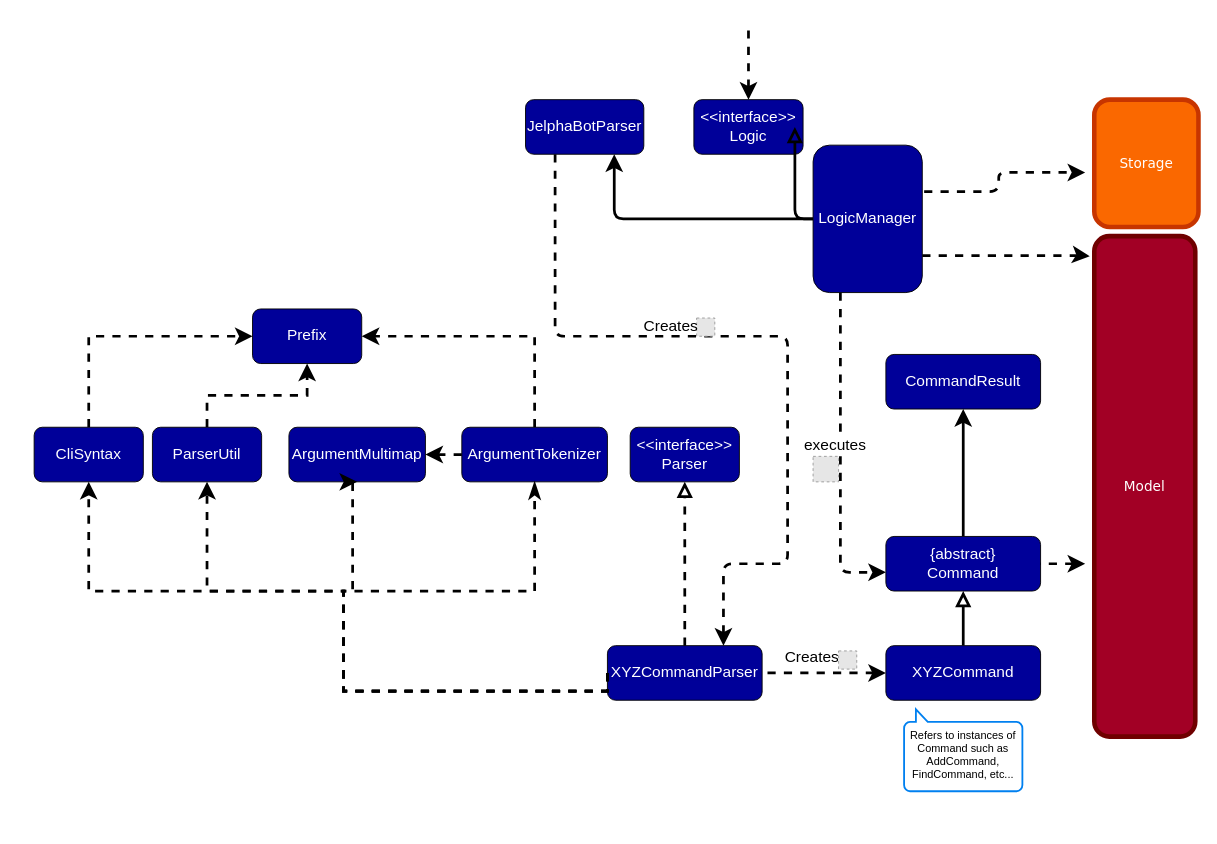
The draw.io diagram docs/diagrams/LogicClassDiagram.drawio in yapdianhao/main, before the edit. Source tidied: cells renumbered, new cells numbered last; positions are measured from the earlier drawing's top-left corner, leaving out a move shared by most shapes. Both pictures are drawn from the tidied source at 91%, with x=0, y=0 at pixel (34, 26). Pictures stored in the file or linked from it are replaced by grey dashed boxes.
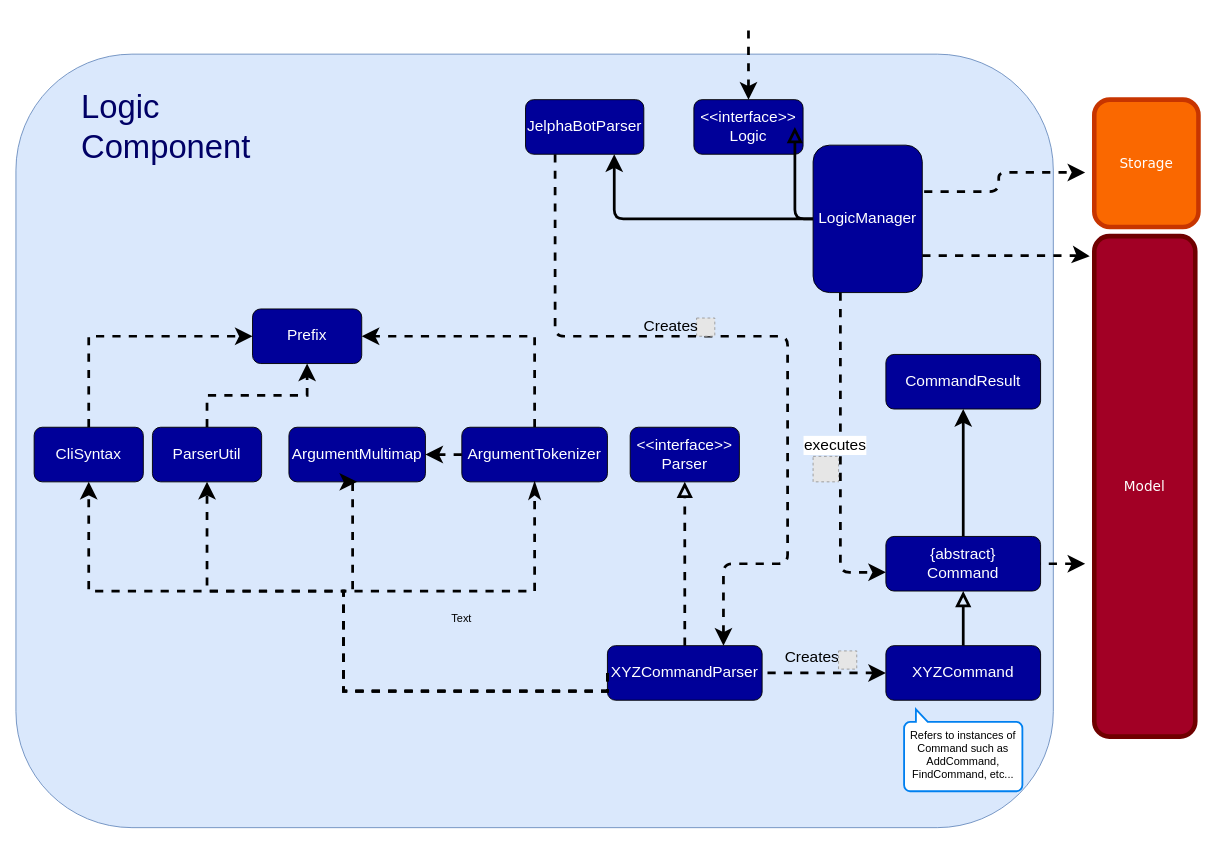
Above is the later version.

The change refers to these unchanged cells:
```xml
<mxCell id="3" value="&lt;div style=&quot;font-size: 17px&quot;&gt;&lt;font style=&quot;font-size: 17px&quot; face=&quot;Helvetica&quot;&gt;&lt;span style=&quot;background-color: rgb(0 , 0 , 153)&quot;&gt;&lt;font style=&quot;font-size: 17px&quot; color=&quot;#FFFFFF&quot;&gt;&amp;lt;&amp;lt;interface&amp;gt;&amp;gt;&lt;/font&gt;&lt;/span&gt;&lt;/font&gt;&lt;/div&gt;&lt;div style=&quot;font-size: 17px&quot;&gt;&lt;font style=&quot;font-size: 17px&quot; face=&quot;Helvetica&quot;&gt;&lt;span style=&quot;background-color: rgb(0 , 0 , 153)&quot;&gt;&lt;font style=&quot;font-size: 17px&quot; color=&quot;#FFFFFF&quot;&gt;Logic&lt;/font&gt;&lt;/span&gt;&lt;/font&gt;&lt;/div&gt;" style="rounded=1;whiteSpace=wrap;html=1;fillColor=#000099;" parent="1" vertex="1">
  <mxGeometry x="725" y="80" width="120" height="60" as="geometry" />
</mxCell>
<mxCell id="5" value="&lt;div style=&quot;font-size: 17px&quot;&gt;&lt;font style=&quot;font-size: 17px&quot; face=&quot;Helvetica&quot;&gt;&lt;span style=&quot;background-color: rgb(0 , 0 , 153)&quot;&gt;&lt;font style=&quot;font-size: 17px&quot; color=&quot;#FFFFFF&quot;&gt;ArgumentMultimap&lt;/font&gt;&lt;/span&gt;&lt;/font&gt;&lt;/div&gt;" style="rounded=1;whiteSpace=wrap;html=1;fillColor=#000099;" parent="1" vertex="1">
  <mxGeometry x="280" y="440" width="150" height="60" as="geometry" />
</mxCell>
<mxCell id="7" value="&lt;div style=&quot;font-size: 17px&quot;&gt;&lt;font style=&quot;font-size: 17px&quot; face=&quot;Helvetica&quot;&gt;&lt;span style=&quot;background-color: rgb(0 , 0 , 153)&quot;&gt;&lt;font style=&quot;font-size: 17px&quot; color=&quot;#FFFFFF&quot;&gt;XYZCommandParser&lt;/font&gt;&lt;/span&gt;&lt;/font&gt;&lt;/div&gt;" style="rounded=1;whiteSpace=wrap;html=1;fillColor=#000099;shadow=0;" parent="1" vertex="1">
  <mxGeometry x="630" y="680" width="170" height="60" as="geometry" />
</mxCell>
<mxCell id="21" value="&lt;div style=&quot;font-size: 17px&quot;&gt;&lt;font style=&quot;font-size: 17px&quot; face=&quot;Helvetica&quot;&gt;&lt;span style=&quot;background-color: rgb(0 , 0 , 153)&quot;&gt;&lt;font style=&quot;font-size: 17px&quot; color=&quot;#FFFFFF&quot;&gt;LogicManager&lt;/font&gt;&lt;/span&gt;&lt;/font&gt;&lt;/div&gt;" style="rounded=1;whiteSpace=wrap;html=1;fillColor=#000099;" parent="1" vertex="1">
  <mxGeometry x="856" y="130" width="120" height="162" as="geometry" />
</mxCell>
<mxCell id="24" value="&lt;div style=&quot;font-size: 17px&quot;&gt;&lt;font style=&quot;font-size: 17px&quot; face=&quot;Helvetica&quot;&gt;&lt;span style=&quot;background-color: rgb(0 , 0 , 153)&quot;&gt;&lt;font color=&quot;#FFFFFF&quot;&gt;ArgumentTokenizer&lt;/font&gt;&lt;br&gt;&lt;/span&gt;&lt;/font&gt;&lt;/div&gt;" style="rounded=1;whiteSpace=wrap;html=1;fillColor=#000099;" parent="1" vertex="1">
  <mxGeometry x="470" y="440" width="160" height="60" as="geometry" />
</mxCell>
<mxCell id="26" value="&lt;div style=&quot;font-size: 17px&quot;&gt;&lt;font style=&quot;font-size: 17px&quot; face=&quot;Helvetica&quot; color=&quot;#FFFFFF&quot;&gt;&lt;span style=&quot;background-color: rgb(0 , 0 , 153)&quot;&gt;ParserUtil&lt;br&gt;&lt;/span&gt;&lt;/font&gt;&lt;/div&gt;" style="rounded=1;whiteSpace=wrap;html=1;fillColor=#000099;" parent="1" vertex="1">
  <mxGeometry x="130" y="440" width="120" height="60" as="geometry" />
</mxCell>
<mxCell id="29" value="&lt;div style=&quot;font-size: 17px&quot;&gt;&lt;font style=&quot;font-size: 17px&quot; face=&quot;Helvetica&quot;&gt;&lt;span style=&quot;background-color: rgb(0 , 0 , 153)&quot;&gt;&lt;font color=&quot;#FFFFFF&quot;&gt;CliSyntax&lt;/font&gt;&lt;br&gt;&lt;/span&gt;&lt;/font&gt;&lt;/div&gt;" style="rounded=1;whiteSpace=wrap;html=1;fillColor=#000099;" parent="1" vertex="1">
  <mxGeometry y="440" width="120" height="60" as="geometry" />
</mxCell>
```

What changed in the source:
```diff
@@
-    <mxCell id="2" style="edgeStyle=orthogonalEdgeStyle;rounded=1;jumpStyle=none;jumpSize=10;jettySize=auto;html=1;dashed=1;startSize=10;endArrow=none;endFill=0;endSize=10;strokeWidth=3;startArrow=classic;startFill=1;" parent="1" edge="1" source="3">
-      <mxGeometry relative="1" as="geometry">
-        <mxPoint x="785" as="targetPoint" />
-      </mxGeometry>
-    </mxCell>
+    <mxCell id="45" style="rounded=1;whiteSpace=wrap;html=1;fillColor=#dae8fc;strokeColor=#6c8ebf;" parent="1" vertex="1">
+      <mxGeometry x="-20" y="30" width="1140" height="850" as="geometry" />
+    </mxCell>
+    <mxCell id="46" style="edgeStyle=orthogonalEdgeStyle;rounded=1;jumpStyle=none;jumpSize=10;jettySize=auto;html=1;dashed=1;startSize=10;endArrow=none;endFill=0;endSize=10;strokeWidth=3;startArrow=classic;startFill=1;" parent="1" edge="1" source="3">
+      <mxGeometry relative="1" as="geometry">
+        <mxPoint x="785" as="targetPoint" />
+      </mxGeometry>
+    </mxCell>
@@
-    <mxCell id="12" style="edgeStyle=orthogonalEdgeStyle;rounded=1;jumpStyle=none;jumpSize=10;orthogonalLoop=1;jettySize=auto;html=1;dashed=1;startSize=10;endArrow=classic;endFill=1;endSize=10;strokeWidth=3;" parent="1" edge="1">
-      <mxGeometry relative="1" as="geometry">
-        <mxPoint x="971" y="590" as="sourcePoint" />
-        <mxPoint x="1155" y="590" as="targetPoint" />
-        <Array as="points">
-          <mxPoint x="1095" y="590" />
-          <mxPoint x="1095" y="590" />
-        </Array>
-      </mxGeometry>
-    </mxCell>
+    <mxCell id="47" style="edgeStyle=orthogonalEdgeStyle;rounded=1;jumpStyle=none;jumpSize=10;orthogonalLoop=1;jettySize=auto;html=1;dashed=1;startSize=10;endArrow=classic;endFill=1;endSize=10;strokeWidth=3;" parent="1" edge="1">
+      <mxGeometry relative="1" as="geometry">
+        <mxPoint x="971" y="590" as="sourcePoint" />
+        <mxPoint x="1155" y="590" as="targetPoint" />
+        <Array as="points">
+          <mxPoint x="1095" y="590" />
+          <mxPoint x="1095" y="590" />
+        </Array>
+      </mxGeometry>
+    </mxCell>
@@
-    <mxCell id="18" style="edgeStyle=orthogonalEdgeStyle;rounded=1;jumpStyle=none;jumpSize=10;jettySize=auto;html=1;dashed=1;startSize=10;endArrow=classic;endFill=1;endSize=10;strokeWidth=3;exitX=1;exitY=0.75;exitDx=0;exitDy=0;" parent="1" edge="1" source="21">
-      <mxGeometry relative="1" as="geometry">
-        <mxPoint x="1160" y="252" as="targetPoint" />
-        <Array as="points">
-          <mxPoint x="1155" y="252" />
-        </Array>
-      </mxGeometry>
-    </mxCell>
-    <mxCell id="19" style="edgeStyle=orthogonalEdgeStyle;rounded=1;jumpStyle=none;jumpSize=10;jettySize=auto;html=1;exitX=1.017;exitY=0.315;exitDx=0;exitDy=0;dashed=1;startSize=10;endArrow=classic;endFill=1;endSize=10;strokeWidth=3;exitPerimeter=0;" parent="1" edge="1" source="21">
-      <mxGeometry relative="1" as="geometry">
-        <mxPoint x="1155" y="160" as="targetPoint" />
-        <Array as="points">
-          <mxPoint x="1060" y="181" />
-          <mxPoint x="1060" y="160" />
-        </Array>
-      </mxGeometry>
-    </mxCell>
+    <mxCell id="48" style="edgeStyle=orthogonalEdgeStyle;rounded=1;jumpStyle=none;jumpSize=10;jettySize=auto;html=1;dashed=1;startSize=10;endArrow=classic;endFill=1;endSize=10;strokeWidth=3;exitX=1;exitY=0.75;exitDx=0;exitDy=0;" parent="1" edge="1" source="21">
+      <mxGeometry relative="1" as="geometry">
+        <mxPoint x="1160" y="252" as="targetPoint" />
+        <Array as="points">
+          <mxPoint x="1155" y="252" />
+        </Array>
+      </mxGeometry>
+    </mxCell>
+    <mxCell id="49" style="edgeStyle=orthogonalEdgeStyle;rounded=1;jumpStyle=none;jumpSize=10;jettySize=auto;html=1;exitX=1.017;exitY=0.315;exitDx=0;exitDy=0;dashed=1;startSize=10;endArrow=classic;endFill=1;endSize=10;strokeWidth=3;exitPerimeter=0;" parent="1" edge="1" source="21">
+      <mxGeometry relative="1" as="geometry">
+        <mxPoint x="1155" y="160" as="targetPoint" />
+        <Array as="points">
+          <mxPoint x="1060" y="181" />
+          <mxPoint x="1060" y="160" />
+        </Array>
+      </mxGeometry>
+    </mxCell>
@@
-    <mxCell id="31" style="group;" parent="1" vertex="1">
-      <mxGeometry x="90" y="620" width="500" height="110" as="geometry" />
-    </mxCell>
+    <mxCell id="50" style="group;" parent="1" vertex="1">
+      <mxGeometry x="90" y="620" width="500" height="110" as="geometry" />
+    </mxCell>
-    <mxCell id="32" style="edgeStyle=orthogonalEdgeStyle;rounded=0;jumpStyle=none;jumpSize=10;jettySize=auto;html=1;exitX=0;exitY=0.5;exitDx=0;exitDy=0;entryX=0.5;entryY=1;entryDx=0;entryDy=0;dashed=1;startSize=10;endArrow=classic;endFill=1;endSize=10;strokeWidth=3;" parent="31" edge="1" source="7" target="26">
+    <mxCell id="32" style="edgeStyle=orthogonalEdgeStyle;rounded=0;jumpStyle=none;jumpSize=10;jettySize=auto;html=1;exitX=0;exitY=0.5;exitDx=0;exitDy=0;entryX=0.5;entryY=1;entryDx=0;entryDy=0;dashed=1;startSize=10;endArrow=classic;endFill=1;endSize=10;strokeWidth=3;" parent="50" edge="1" source="7" target="26">
       <mxGeometry relative="1" as="geometry">
         <Array as="points">
           <mxPoint x="250" y="110" />
           <mxPoint x="250" />
           <mxPoint x="100" />
         </Array>
       </mxGeometry>
     </mxCell>
-    <mxCell id="33" style="edgeStyle=orthogonalEdgeStyle;rounded=0;jumpStyle=none;jumpSize=10;jettySize=auto;html=1;exitX=0;exitY=0.5;exitDx=0;exitDy=0;entryX=0.5;entryY=1;entryDx=0;entryDy=0;dashed=1;startSize=10;endArrow=classic;endFill=1;endSize=10;strokeWidth=3;" parent="31" edge="1" source="7" target="5">
+    <mxCell id="33" style="edgeStyle=orthogonalEdgeStyle;rounded=0;jumpStyle=none;jumpSize=10;jettySize=auto;html=1;exitX=0;exitY=0.5;exitDx=0;exitDy=0;entryX=0.5;entryY=1;entryDx=0;entryDy=0;dashed=1;startSize=10;endArrow=classic;endFill=1;endSize=10;strokeWidth=3;" parent="50" edge="1" source="7" target="5">
       <mxGeometry relative="1" as="geometry">
         <Array as="points">
           <mxPoint x="250" y="110" />
           <mxPoint x="250" />
           <mxPoint x="260" />
           <mxPoint x="260" y="-120" />
         </Array>
       </mxGeometry>
     </mxCell>
-    <mxCell id="34" style="edgeStyle=orthogonalEdgeStyle;rounded=0;jumpStyle=none;jumpSize=10;jettySize=auto;html=1;exitX=0;exitY=0.5;exitDx=0;exitDy=0;entryX=0.5;entryY=1;entryDx=0;entryDy=0;dashed=1;startSize=10;endArrow=classicThin;endFill=1;endSize=10;strokeWidth=3;" parent="31" edge="1" source="7" target="24">
+    <mxCell id="34" style="edgeStyle=orthogonalEdgeStyle;rounded=0;jumpStyle=none;jumpSize=10;jettySize=auto;html=1;exitX=0;exitY=0.5;exitDx=0;exitDy=0;entryX=0.5;entryY=1;entryDx=0;entryDy=0;dashed=1;startSize=10;endArrow=classicThin;endFill=1;endSize=10;strokeWidth=3;" parent="50" edge="1" source="7" target="24">
       <mxGeometry relative="1" as="geometry">
         <Array as="points">
           <mxPoint x="250" y="110" />
           <mxPoint x="250" />
           <mxPoint x="460" />
         </Array>
       </mxGeometry>
     </mxCell>
-    <mxCell id="35" style="edgeStyle=orthogonalEdgeStyle;rounded=0;jumpStyle=none;jumpSize=10;jettySize=auto;html=1;exitX=0;exitY=0.5;exitDx=0;exitDy=0;entryX=0.5;entryY=1;entryDx=0;entryDy=0;dashed=1;startSize=10;endArrow=classic;endFill=1;endSize=10;strokeWidth=3;" parent="31" edge="1" source="7" target="29">
+    <mxCell id="35" style="edgeStyle=orthogonalEdgeStyle;rounded=0;jumpStyle=none;jumpSize=10;jettySize=auto;html=1;exitX=0;exitY=0.5;exitDx=0;exitDy=0;entryX=0.5;entryY=1;entryDx=0;entryDy=0;dashed=1;startSize=10;endArrow=classic;endFill=1;endSize=10;strokeWidth=3;" parent="50" edge="1" source="7" target="29">
       <mxGeometry relative="1" as="geometry">
         <Array as="points">
           <mxPoint x="250" y="110" />
           <mxPoint x="250" />
           <mxPoint x="-30" />
         </Array>
       </mxGeometry>
     </mxCell>
@@
-    <mxCell id="38" style="fillColor=#E6E6E6;strokeColor=#999999;dashed=1;html=1;verticalAlign=top;verticalLabelPosition=bottom;labelBackgroundColor=#ffffff;" parent="1" vertex="1">
-      <mxGeometry x="856" y="472" width="28" height="28" as="geometry" />
-    </mxCell>
-    <mxCell id="39" value="&lt;font style=&quot;font-size: 17px&quot;&gt;Creates&lt;/font&gt;" style="text;html=1;strokeColor=none;fillColor=none;align=center;verticalAlign=middle;whiteSpace=wrap;rounded=0;shadow=0;" parent="1" vertex="1">
-      <mxGeometry x="800" y="680" width="110" height="27.5" as="geometry" />
-    </mxCell>
+    <mxCell id="51" style="fillColor=#E6E6E6;strokeColor=#999999;dashed=1;html=1;verticalAlign=top;verticalLabelPosition=bottom;labelBackgroundColor=#ffffff;" parent="1" vertex="1">
+      <mxGeometry x="856" y="472" width="28" height="28" as="geometry" />
+    </mxCell>
+    <mxCell id="52" value="&lt;font style=&quot;font-size: 17px&quot;&gt;Creates&lt;/font&gt;" style="text;html=1;strokeColor=none;fillColor=none;align=center;verticalAlign=middle;whiteSpace=wrap;rounded=0;shadow=0;" parent="1" vertex="1">
+      <mxGeometry x="800" y="680" width="110" height="27.5" as="geometry" />
+    </mxCell>
-    <mxCell id="40" style="fillColor=#E6E6E6;strokeColor=#999999;dashed=1;html=1;verticalAlign=top;verticalLabelPosition=bottom;labelBackgroundColor=#ffffff;" parent="39" vertex="1">
+    <mxCell id="40" style="fillColor=#E6E6E6;strokeColor=#999999;dashed=1;html=1;verticalAlign=top;verticalLabelPosition=bottom;labelBackgroundColor=#ffffff;" parent="52" vertex="1">
       <mxGeometry x="84" y="5.8" width="20" height="20" as="geometry" />
     </mxCell>
-    <mxCell id="41" style="html=1;verticalLabelPosition=bottom;align=center;labelBackgroundColor=#ffffff;verticalAlign=top;strokeWidth=2;strokeColor=#0080F0;shadow=0;dashed=0;shape=mxgraph.ios7.icons.message;rotation=-180;" parent="1" vertex="1">
-      <mxGeometry x="956" y="750" width="130" height="90" as="geometry" />
-    </mxCell>
+    <mxCell id="53" style="html=1;verticalLabelPosition=bottom;align=center;labelBackgroundColor=#ffffff;verticalAlign=top;strokeWidth=2;strokeColor=#0080F0;shadow=0;dashed=0;shape=mxgraph.ios7.icons.message;rotation=-180;" parent="1" vertex="1">
+      <mxGeometry x="956" y="750" width="130" height="90" as="geometry" />
+    </mxCell>
@@
-    <mxCell id="43" style="fillColor=#E6E6E6;strokeColor=#999999;dashed=1;html=1;verticalAlign=top;verticalLabelPosition=bottom;labelBackgroundColor=#ffffff;" parent="1" vertex="1">
-      <mxGeometry x="728" y="320" width="20" height="20" as="geometry" />
-    </mxCell>
-    <mxCell id="44" value="&lt;font style=&quot;font-size: 17px&quot;&gt;Creates&lt;/font&gt;" style="text;html=1;strokeColor=none;fillColor=none;align=center;verticalAlign=middle;whiteSpace=wrap;rounded=0;shadow=0;" parent="1" vertex="1">
-      <mxGeometry x="680" y="320" width="40" height="20" as="geometry" />
-    </mxCell>
+    <mxCell id="54" style="fillColor=#E6E6E6;strokeColor=#999999;dashed=1;html=1;verticalAlign=top;verticalLabelPosition=bottom;labelBackgroundColor=#ffffff;" parent="1" vertex="1">
+      <mxGeometry x="728" y="320" width="20" height="20" as="geometry" />
+    </mxCell>
+    <mxCell id="55" value="&lt;font style=&quot;font-size: 17px&quot;&gt;Creates&lt;/font&gt;" style="text;html=1;strokeColor=none;fillColor=none;align=center;verticalAlign=middle;whiteSpace=wrap;rounded=0;shadow=0;" parent="1" vertex="1">
+      <mxGeometry x="680" y="320" width="40" height="20" as="geometry" />
+    </mxCell>
+    <mxCell id="56" value="Text" style="text;html=1;strokeColor=none;fillColor=none;align=center;verticalAlign=middle;whiteSpace=wrap;rounded=0;" parent="1" vertex="1">
+      <mxGeometry x="450" y="640" width="40" height="20" as="geometry" />
+    </mxCell>
+    <mxCell id="57" value="&lt;font&gt;Logic Component&lt;br&gt;&lt;/font&gt;" style="text;html=1;strokeColor=none;fillColor=none;align=left;verticalAlign=middle;whiteSpace=wrap;rounded=0;fontSize=36;fontColor=#000066;" parent="1" vertex="1">
+      <mxGeometry x="50" y="90" width="40" height="40" as="geometry" />
+    </mxCell>
```
